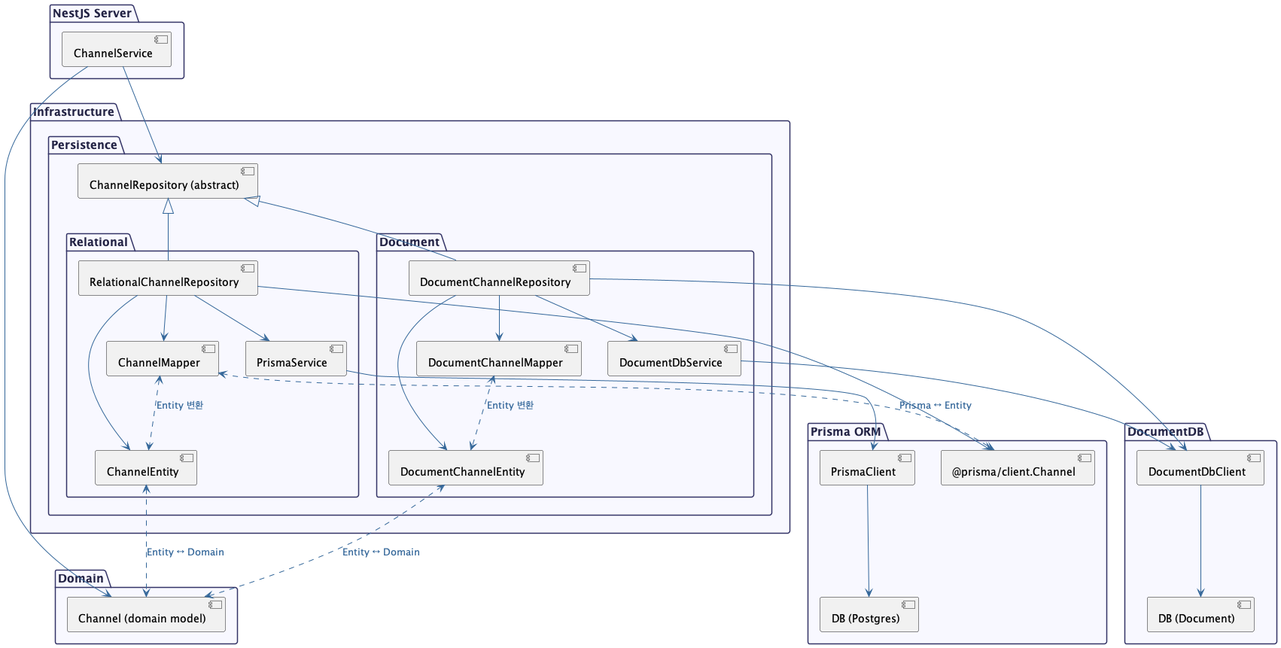
Before: docs/images/api/domain_infra.png, a diagram exported from PlantUML (aw-birdgang/saiondo). The source it was exported from:
```plantuml
@startuml
skinparam package {
  BackgroundColor #F8F8FF
  BorderColor #333366
  FontColor #222244
  FontSize 15
}
skinparam rectangle {
  BackgroundColor #F0F8FF
  BorderColor #333366
  FontColor #222244
}
skinparam ArrowColor #336699
skinparam ArrowFontColor #336699
skinparam ArrowFontSize 13

package "NestJS Server" {
  [ChannelService]
}

package "Domain" {
  [Channel (domain model)]
}

package "Infrastructure" {
  package "Persistence" {
    [ChannelRepository (abstract)]
    package "Relational" {
      [RelationalChannelRepository]
      [ChannelEntity]
      [ChannelMapper]
      [PrismaService]
    }
    package "Document" {
      [DocumentChannelRepository]
      [DocumentChannelEntity]
      [DocumentChannelMapper]
      [DocumentDbService]
    }
  }
}

package "Prisma ORM" {
  [@prisma/client.Channel]
  [PrismaClient]
  [DB (Postgres)]
}

package "DocumentDB" {
  [DocumentDbClient]
  [DB (Document)]
}

[ChannelService] --> [ChannelRepository (abstract)]
[ChannelService] --> [Channel (domain model)]

[ChannelRepository (abstract)] <|-- [RelationalChannelRepository]
[ChannelRepository (abstract)] <|-- [DocumentChannelRepository]

[RelationalChannelRepository] --> [ChannelEntity]
[RelationalChannelRepository] --> [ChannelMapper]
[RelationalChannelRepository] --> [PrismaService]
[RelationalChannelRepository] --> [@prisma/client.Channel]
[ChannelMapper] <..> [ChannelEntity] : "Entity 변환"
[ChannelMapper] <..> [@prisma/client.Channel] : "Prisma ↔ Entity"
[ChannelEntity] <..> [Channel (domain model)] : "Entity ↔ Domain"
[PrismaService] --> [PrismaClient]
[PrismaClient] --> [DB (Postgres)]

[DocumentChannelRepository] --> [DocumentChannelEntity]
[DocumentChannelRepository] --> [DocumentChannelMapper]
[DocumentChannelRepository] --> [DocumentDbService]
[DocumentChannelRepository] --> [DocumentDbClient]
[DocumentChannelMapper] <..> [DocumentChannelEntity] : "Entity 변환"
[DocumentChannelEntity] <..> [Channel (domain model)] : "Entity ↔ Domain"
[DocumentDbService] --> [DocumentDbClient]
[DocumentDbClient] --> [DB (Document)]

@enduml
```
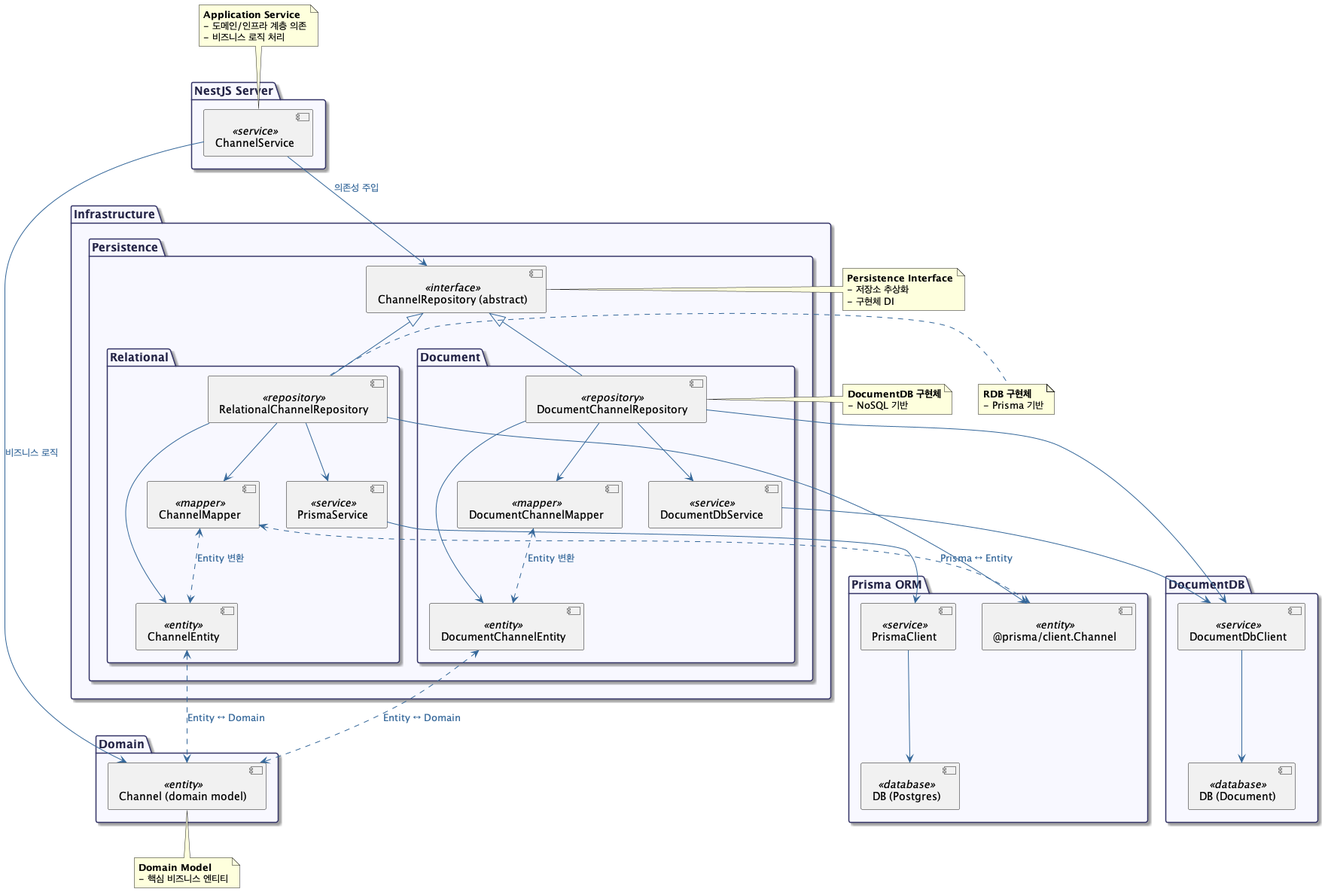
Above is the later version.

Change to the diagram source:
```diff
@@ -4,55 +4,57 @@
   BorderColor #333366
   FontColor #222244
   FontSize 15
+  Shadowing true
 }
 skinparam rectangle {
   BackgroundColor #F0F8FF
   BorderColor #333366
   FontColor #222244
+  Shadowing true
 }
 skinparam ArrowColor #336699
 skinparam ArrowFontColor #336699
 skinparam ArrowFontSize 13
 
 package "NestJS Server" {
-  [ChannelService]
+  [ChannelService] <<service>>
 }
 
 package "Domain" {
-  [Channel (domain model)]
+  [Channel (domain model)] <<entity>>
 }
 
 package "Infrastructure" {
   package "Persistence" {
-    [ChannelRepository (abstract)]
+    [ChannelRepository (abstract)] <<interface>>
     package "Relational" {
-      [RelationalChannelRepository]
-      [ChannelEntity]
-      [ChannelMapper]
-      [PrismaService]
+      [RelationalChannelRepository] <<repository>>
+      [ChannelEntity] <<entity>>
+      [ChannelMapper] <<mapper>>
+      [PrismaService] <<service>>
     }
     package "Document" {
-      [DocumentChannelRepository]
-      [DocumentChannelEntity]
-      [DocumentChannelMapper]
-      [DocumentDbService]
+      [DocumentChannelRepository] <<repository>>
+      [DocumentChannelEntity] <<entity>>
+      [DocumentChannelMapper] <<mapper>>
+      [DocumentDbService] <<service>>
     }
   }
 }
 
 package "Prisma ORM" {
-  [@prisma/client.Channel]
-  [PrismaClient]
-  [DB (Postgres)]
+  [@prisma/client.Channel] <<entity>>
+  [PrismaClient] <<service>>
+  [DB (Postgres)] <<database>>
 }
 
 package "DocumentDB" {
-  [DocumentDbClient]
-  [DB (Document)]
+  [DocumentDbClient] <<service>>
+  [DB (Document)] <<database>>
 }
 
-[ChannelService] --> [ChannelRepository (abstract)]
-[ChannelService] --> [Channel (domain model)]
+[ChannelService] --> [ChannelRepository (abstract)] : "의존성 주입"
+[ChannelService] --> [Channel (domain model)] : "비즈니스 로직"
 
 [ChannelRepository (abstract)] <|-- [RelationalChannelRepository]
 [ChannelRepository (abstract)] <|-- [DocumentChannelRepository]
@@ -76,4 +78,31 @@
 [DocumentDbService] --> [DocumentDbClient]
 [DocumentDbClient] --> [DB (Document)]
 
+note top of [ChannelService]
+  <b>Application Service</b>
+  - 도메인/인프라 계층 의존
+  - 비즈니스 로직 처리
+end note
+
+note right of [ChannelRepository (abstract)]
+  <b>Persistence Interface</b>
+  - 저장소 추상화
+  - 구현체 DI
+end note
+
+note right of [RelationalChannelRepository]
+  <b>RDB 구현체</b>
+  - Prisma 기반
+end note
+
+note right of [DocumentChannelRepository]
+  <b>DocumentDB 구현체</b>
+  - NoSQL 기반
+end note
+
+note bottom of [Channel (domain model)]
+  <b>Domain Model</b>
+  - 핵심 비즈니스 엔티티
+end note
+
 @enduml
```
